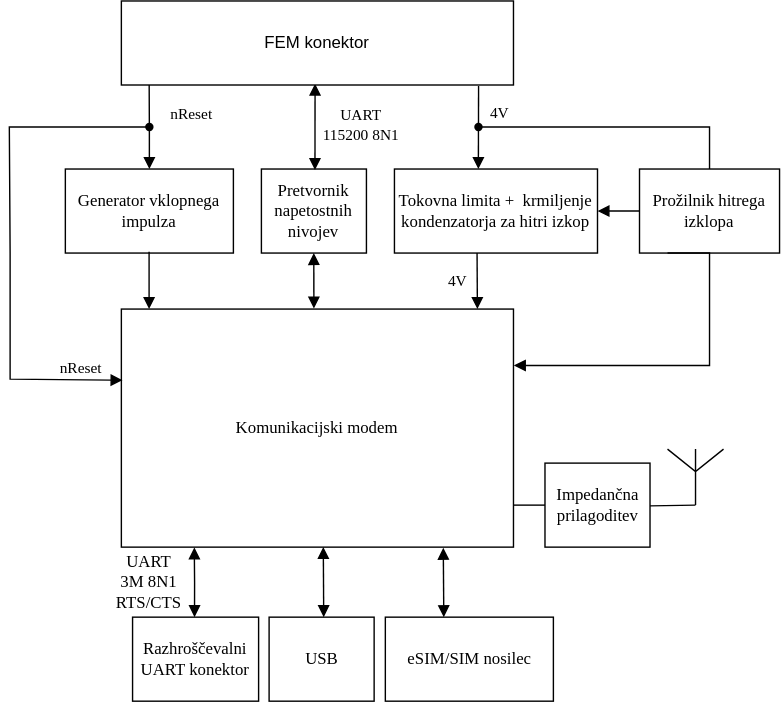
The draw.io diagram Slike/blok diagram modula.svg in harka069/mag, before a commit. Source tidied: cells renumbered, new cells last; positions are measured from the earlier drawing's top-left corner, leaving out a move shared by most shapes.
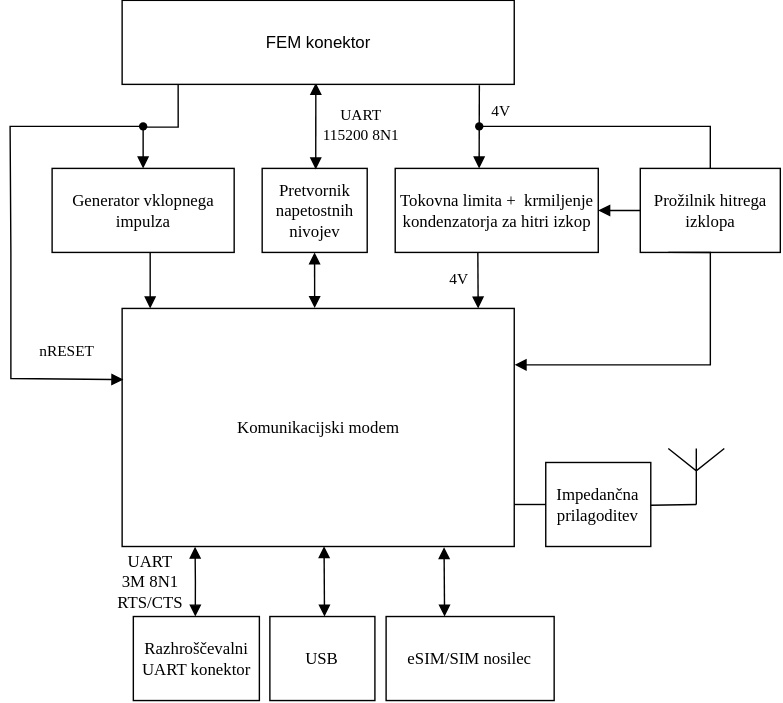
The same diagram one commit later.

Change to the diagram source:
```diff
@@ -26,8 +26,16 @@
     <mxCell id="9" value="Pretvornik napetostnih nivojev" style="rounded=0;whiteSpace=wrap;html=1;fontFamily=latin modern;" parent="1" vertex="1">
       <mxGeometry x="180" y="120" width="75" height="60" as="geometry" />
     </mxCell>
+    <mxCell id="36" style="edgeStyle=orthogonalEdgeStyle;rounded=0;jettySize=auto;html=1;endArrow=block;endFill=1;" parent="1" edge="1" source="10" target="11">
+      <mxGeometry relative="1" as="geometry">
+        <Array as="points">
+          <mxPoint x="100" y="210" />
+          <mxPoint x="100" y="210" />
+        </Array>
+      </mxGeometry>
+    </mxCell>
     <mxCell id="10" value="Generator vklopnega impulza" style="rounded=0;whiteSpace=wrap;html=1;fontFamily=latin modern;" parent="1" vertex="1">
-      <mxGeometry x="40" y="120" width="120" height="60" as="geometry" />
+      <mxGeometry x="30" y="120" width="130" height="60" as="geometry" />
     </mxCell>
     <mxCell id="11" value="Komunikacijski modem" style="rounded=0;whiteSpace=wrap;html=1;fontFamily=latin modern;" parent="1" vertex="1">
       <mxGeometry x="80" y="220" width="280" height="170" as="geometry" />
@@ -86,12 +94,6 @@
         <mxPoint x="217.4" y="180" as="targetPoint" />
       </mxGeometry>
     </mxCell>
-    <mxCell id="22" style="endArrow=none;startArrow=block;html=1;rounded=0;exitX=0.908;exitY=0.004;exitDx=0;exitDy=0;entryX=0.5;entryY=1;entryDx=0;entryDy=0;exitPerimeter=0;endFill=0;startFill=1;fontFamily=latin modern;" parent="1" edge="1">
-      <mxGeometry relative="1" as="geometry">
-        <mxPoint x="99.8" y="220" as="sourcePoint" />
-        <mxPoint x="99.8" y="179" as="targetPoint" />
-      </mxGeometry>
-    </mxCell>
     <mxCell id="23" style="endArrow=none;html=1;rounded=0;entryX=0.5;entryY=0;entryDx=0;entryDy=0;endFill=0;exitX=0.908;exitY=0.51;exitDx=0;exitDy=0;exitPerimeter=0;fontFamily=latin modern;" parent="1" edge="1" source="32" target="7">
       <mxGeometry relative="1" as="geometry">
         <Array as="points">
@@ -111,9 +113,9 @@
         </Array>
       </mxGeometry>
     </mxCell>
-    <mxCell id="25" value="nReset" style="edgeLabel;html=1;align=center;verticalAlign=middle;labelBackgroundColor=none;fontFamily=latin modern;" parent="24" vertex="1">
+    <mxCell id="25" value="nRESET" style="edgeLabel;html=1;align=center;verticalAlign=middle;labelBackgroundColor=none;fontFamily=latin modern;" parent="24" vertex="1">
       <mxGeometry x="-0.06" relative="1" as="geometry">
-        <mxPoint x="50" y="102" as="offset" />
+        <mxPoint x="40" y="87" as="offset" />
       </mxGeometry>
     </mxCell>
     <mxCell id="26" style="endArrow=block;startArrow=block;html=1;rounded=0;exitX=0.51;exitY=0.012;exitDx=0;exitDy=0;entryX=0.494;entryY=0.984;entryDx=0;entryDy=0;endFill=1;startFill=1;entryPerimeter=0;fontFamily=latin modern;exitPerimeter=0;" parent="1" edge="1" source="9" target="35">
@@ -124,16 +126,6 @@
         <mxPoint x="33" y="12" as="offset" />
       </mxGeometry>
     </mxCell>
-    <mxCell id="28" style="endArrow=none;startArrow=block;html=1;rounded=0;exitX=0.5;exitY=0;exitDx=0;exitDy=0;entryX=0.5;entryY=1;entryDx=0;entryDy=0;endFill=0;startFill=1;fontFamily=latin modern;edgeStyle=orthogonalEdgeStyle;" parent="1" edge="1" source="10">
-      <mxGeometry relative="1" as="geometry">
-        <mxPoint x="99.9" y="60" as="targetPoint" />
-      </mxGeometry>
-    </mxCell>
-    <mxCell id="29" value="nReset" style="edgeLabel;html=1;align=center;verticalAlign=middle;fontFamily=latin modern;" parent="28" vertex="1">
-      <mxGeometry x="0.43" y="1" relative="1" as="geometry">
-        <mxPoint x="31" y="3" as="offset" />
-      </mxGeometry>
-    </mxCell>
     <mxCell id="30" style="endArrow=none;startArrow=block;html=1;rounded=0;exitX=0.53;exitY=-0.011;exitDx=0;exitDy=0;entryX=0.911;entryY=1.011;entryDx=0;entryDy=0;exitPerimeter=0;endFill=0;startFill=1;fontFamily=latin modern;entryPerimeter=0;" parent="1" edge="1" target="35">
       <mxGeometry relative="1" as="geometry">
         <mxPoint x="334.9" y="120" as="sourcePoint" />
@@ -148,7 +140,7 @@
       <mxGeometry x="325" y="80" width="20" height="20" as="geometry" />
     </mxCell>
     <mxCell id="33" style="shape=waypoint;sketch=0;fillStyle=solid;size=6;points=[];fillColor=none;perimeter=centerPerimeter;snapToPoint=1;fontFamily=latin modern;" parent="1" vertex="1">
-      <mxGeometry x="90" y="80" width="20" height="20" as="geometry" />
+      <mxGeometry x="85" y="80" width="20" height="20" as="geometry" />
     </mxCell>
     <mxCell id="34" value="&lt;div&gt;UART&lt;/div&gt;&lt;div&gt;3M 8N1 RTS/CTS&lt;/div&gt;" style="text;html=1;whiteSpace=wrap;strokeColor=none;fillColor=none;align=center;verticalAlign=middle;rounded=0;fontFamily=latin modern;" parent="1" vertex="1">
       <mxGeometry x="70" y="400" width="60" height="30" as="geometry" />
@@ -156,5 +148,10 @@
     <mxCell id="35" value="FEM konektor" style="rounded=0;whiteSpace=wrap;html=1;" parent="1" vertex="1">
       <mxGeometry x="80" width="280" height="60" as="geometry" />
     </mxCell>
+    <mxCell id="37" style="edgeStyle=orthogonalEdgeStyle;rounded=0;jettySize=auto;html=1;entryX=0.5;entryY=0;entryDx=0;entryDy=0;endArrow=block;endFill=1;" parent="1" edge="1" target="10">
+      <mxGeometry relative="1" as="geometry">
+        <mxPoint x="120" y="60" as="sourcePoint" />
+      </mxGeometry>
+    </mxCell>
   </root>
 </mxGraphModel>
```
